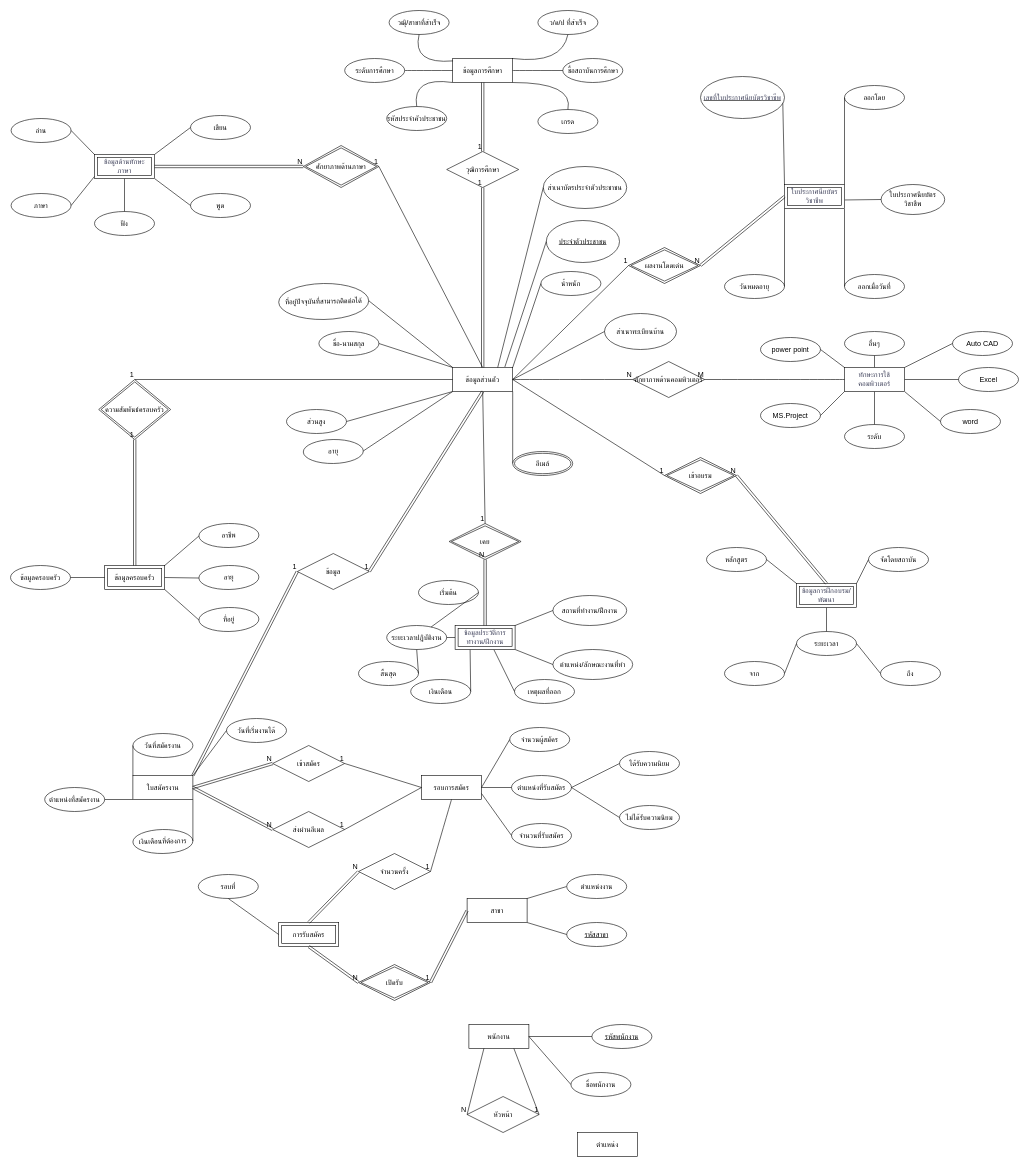
The draw.io diagram page "ER diagrams & Relationship" (2 of 3) of YZ.drawio in Exises/RandomSalt, before the edit. Source tidied: cells renumbered, new cells numbered last; positions are measured from the earlier drawing's top-left corner, leaving out a move shared by most shapes. Both pictures are drawn from the tidied source at 60%, with x=0, y=0 at pixel (10, 10).
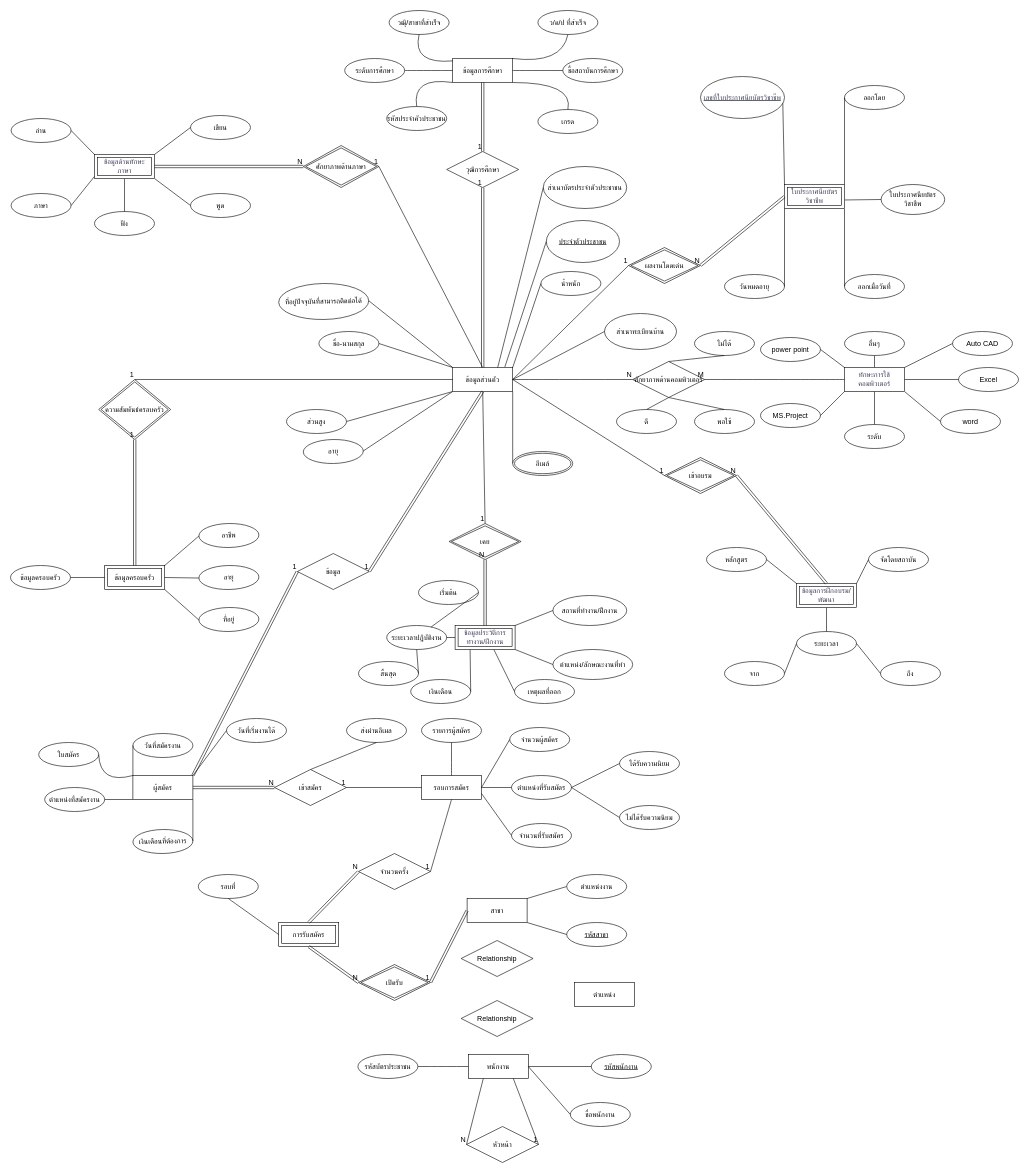
The same diagram, later.

The change refers to these unchanged cells:
```xml
<mxCell id="146" value="รอบการสมัคร" style="whiteSpace=wrap;html=1;align=center;labelBackgroundColor=none;" parent="1" vertex="1">
  <mxGeometry x="685" y="1275" width="100" height="40" as="geometry" />
</mxCell>
<mxCell id="200" value="ศักยาภาพด้านคอมพิวเตอร์" style="shape=rhombus;perimeter=rhombusPerimeter;whiteSpace=wrap;html=1;align=center;" parent="1" vertex="1">
  <mxGeometry x="1037" y="585" width="120" height="60" as="geometry" />
</mxCell>
```

The edit, as a diff of the source:
```diff
@@
-    <mxCell id="109" value="ใบสมัครงาน" style="whiteSpace=wrap;html=1;align=center;labelBackgroundColor=none;" parent="1" vertex="1">
+    <mxCell id="109" value="ผู้สมัคร" style="whiteSpace=wrap;html=1;align=center;labelBackgroundColor=none;" parent="1" vertex="1">
       <mxGeometry x="204" y="1275" width="100" height="40" as="geometry" />
     </mxCell>
@@
     <mxCell id="134" value="พนักงาน" style="whiteSpace=wrap;html=1;align=center;labelBackgroundColor=none;" parent="1" vertex="1">
-      <mxGeometry x="764" y="1690" width="100" height="40" as="geometry" />
+      <mxGeometry x="763" y="1740" width="100" height="40" as="geometry" />
     </mxCell>
     <mxCell id="135" value="รหัสพนักงาน" style="ellipse;whiteSpace=wrap;html=1;align=center;fontStyle=4;labelBackgroundColor=none;" parent="1" vertex="1">
-      <mxGeometry x="969" y="1690" width="100" height="40" as="geometry" />
+      <mxGeometry x="968" y="1740" width="100" height="40" as="geometry" />
     </mxCell>
@@
     <mxCell id="137" value="ชื่อพนักงาน" style="ellipse;whiteSpace=wrap;html=1;align=center;labelBackgroundColor=none;" parent="1" vertex="1">
-      <mxGeometry x="934" y="1770" width="100" height="40" as="geometry" />
+      <mxGeometry x="933" y="1820" width="100" height="40" as="geometry" />
     </mxCell>
@@
     <mxCell id="141" value="หัวหน้า" style="shape=rhombus;perimeter=rhombusPerimeter;whiteSpace=wrap;html=1;align=center;labelBackgroundColor=none;" parent="1" vertex="1">
-      <mxGeometry x="761" y="1810" width="120" height="60" as="geometry" />
+      <mxGeometry x="760" y="1860" width="120" height="60" as="geometry" />
     </mxCell>
@@
     <mxCell id="147" value="เข้าสมัคร" style="shape=rhombus;perimeter=rhombusPerimeter;whiteSpace=wrap;html=1;align=center;labelBackgroundColor=none;" parent="1" vertex="1">
-      <mxGeometry x="437" y="1225" width="120" height="60" as="geometry" />
+      <mxGeometry x="440" y="1265" width="120" height="60" as="geometry" />
     </mxCell>
@@
-    <mxCell id="162" value="ส่งผ่านอีเมล" style="shape=rhombus;perimeter=rhombusPerimeter;whiteSpace=wrap;html=1;align=center;labelBackgroundColor=none;" parent="1" vertex="1">
-      <mxGeometry x="437" y="1335" width="120" height="60" as="geometry" />
-    </mxCell>
-    <mxCell id="163" style="shape=link;html=1;rounded=0;fontColor=default;exitX=1;exitY=0.5;exitDx=0;exitDy=0;entryX=0;entryY=0.5;entryDx=0;entryDy=0;labelBackgroundColor=none;" parent="1" edge="1" source="109" target="162">
-      <mxGeometry relative="1" as="geometry" />
-    </mxCell>
-    <mxCell id="164" value="N" style="html=1;whiteSpace=wrap;align=right;verticalAlign=bottom;labelBackgroundColor=none;" parent="163" vertex="1">
-      <mxGeometry x="1" relative="1" as="geometry" />
-    </mxCell>
-    <mxCell id="165" style="endArrow=none;html=1;rounded=0;fontColor=default;exitX=0;exitY=0.5;exitDx=0;exitDy=0;entryX=1;entryY=0.5;entryDx=0;entryDy=0;labelBackgroundColor=none;" parent="1" edge="1" source="146" target="162">
-      <mxGeometry relative="1" as="geometry" />
-    </mxCell>
-    <mxCell id="166" value="1" style="html=1;whiteSpace=wrap;align=right;verticalAlign=bottom;labelBackgroundColor=none;" parent="165" vertex="1">
-      <mxGeometry x="1" relative="1" as="geometry" />
-    </mxCell>
@@
     <mxCell id="168" value="ตำแหน่ง" style="whiteSpace=wrap;html=1;align=center;" parent="1" vertex="1">
-      <mxGeometry x="945" y="1870" width="100" height="40" as="geometry" />
+      <mxGeometry x="940" y="1620" width="100" height="40" as="geometry" />
     </mxCell>
@@
+    <mxCell id="205" value="รายการผู้สมัคร" style="ellipse;whiteSpace=wrap;html=1;align=center;" parent="1" vertex="1">
+      <mxGeometry x="685" y="1180" width="100" height="40" as="geometry" />
+    </mxCell>
+    <mxCell id="206" style="endArrow=none;html=1;rounded=0;fontSize=12;startSize=8;endSize=8;curved=1;entryX=0.5;entryY=1;entryDx=0;entryDy=0;exitX=0.5;exitY=0;exitDx=0;exitDy=0;" parent="1" edge="1" source="146" target="205">
+      <mxGeometry relative="1" as="geometry" />
+    </mxCell>
+    <mxCell id="162" value="ส่งผ่านอีเมล" style="ellipse;whiteSpace=wrap;html=1;align=center;" parent="1" vertex="1">
+      <mxGeometry x="560" y="1180" width="100" height="40" as="geometry" />
+    </mxCell>
+    <mxCell id="207" style="endArrow=none;html=1;rounded=0;fontSize=12;startSize=8;endSize=8;curved=1;exitX=0.5;exitY=0;exitDx=0;exitDy=0;entryX=0.5;entryY=1;entryDx=0;entryDy=0;" parent="1" edge="1" source="147" target="162">
+      <mxGeometry relative="1" as="geometry" />
+    </mxCell>
+    <mxCell id="208" value="รหัสบัตรประชาชน" style="ellipse;whiteSpace=wrap;html=1;align=center;" parent="1" vertex="1">
+      <mxGeometry x="579" y="1740" width="100" height="40" as="geometry" />
+    </mxCell>
+    <mxCell id="209" style="endArrow=none;html=1;rounded=0;fontSize=12;startSize=8;endSize=8;curved=1;entryX=0;entryY=0.5;entryDx=0;entryDy=0;exitX=1;exitY=0.5;exitDx=0;exitDy=0;" parent="1" edge="1" source="208" target="134">
+      <mxGeometry relative="1" as="geometry" />
+    </mxCell>
+    <mxCell id="210" value="ดี" style="ellipse;whiteSpace=wrap;html=1;align=center;" parent="1" vertex="1">
+      <mxGeometry x="1010" y="665" width="100" height="40" as="geometry" />
+    </mxCell>
+    <mxCell id="211" value="พอใช้" style="ellipse;whiteSpace=wrap;html=1;align=center;" parent="1" vertex="1">
+      <mxGeometry x="1140" y="665" width="100" height="40" as="geometry" />
+    </mxCell>
+    <mxCell id="212" value="ไม่ได้" style="ellipse;whiteSpace=wrap;html=1;align=center;" parent="1" vertex="1">
+      <mxGeometry x="1140" y="535" width="100" height="40" as="geometry" />
+    </mxCell>
+    <mxCell id="213" style="endArrow=none;html=1;rounded=0;fontSize=12;startSize=8;endSize=8;curved=1;entryX=0.5;entryY=1;entryDx=0;entryDy=0;exitX=0.5;exitY=0;exitDx=0;exitDy=0;" parent="1" edge="1" source="210" target="200">
+      <mxGeometry relative="1" as="geometry" />
+    </mxCell>
+    <mxCell id="214" style="endArrow=none;html=1;rounded=0;fontSize=12;startSize=8;endSize=8;curved=1;exitX=0.5;exitY=1;exitDx=0;exitDy=0;entryX=0.5;entryY=0;entryDx=0;entryDy=0;" parent="1" edge="1" source="200" target="211">
+      <mxGeometry relative="1" as="geometry" />
+    </mxCell>
+    <mxCell id="215" style="endArrow=none;html=1;rounded=0;fontSize=12;startSize=8;endSize=8;curved=1;entryX=0.5;entryY=1;entryDx=0;entryDy=0;exitX=0.5;exitY=0;exitDx=0;exitDy=0;" parent="1" edge="1" source="200" target="212">
+      <mxGeometry relative="1" as="geometry" />
+    </mxCell>
+    <mxCell id="216" value="ใบสมัคร" style="ellipse;whiteSpace=wrap;html=1;align=center;" parent="1" vertex="1">
+      <mxGeometry x="47" y="1220" width="100" height="40" as="geometry" />
+    </mxCell>
+    <mxCell id="217" style="endArrow=none;html=1;rounded=0;fontSize=12;startSize=8;endSize=8;curved=1;entryX=0;entryY=0;entryDx=0;entryDy=0;exitX=1;exitY=0.5;exitDx=0;exitDy=0;" parent="1" edge="1" source="216" target="109">
+      <mxGeometry relative="1" as="geometry">
+        <Array as="points">
+          <mxPoint x="149" y="1290" />
+        </Array>
+      </mxGeometry>
+    </mxCell>
+    <mxCell id="218" value="Relationship" style="shape=rhombus;perimeter=rhombusPerimeter;whiteSpace=wrap;html=1;align=center;" parent="1" vertex="1">
+      <mxGeometry x="751" y="1550" width="120" height="60" as="geometry" />
+    </mxCell>
+    <mxCell id="219" value="Relationship" style="shape=rhombus;perimeter=rhombusPerimeter;whiteSpace=wrap;html=1;align=center;" parent="1" vertex="1">
+      <mxGeometry x="751" y="1650" width="120" height="60" as="geometry" />
+    </mxCell>
```
